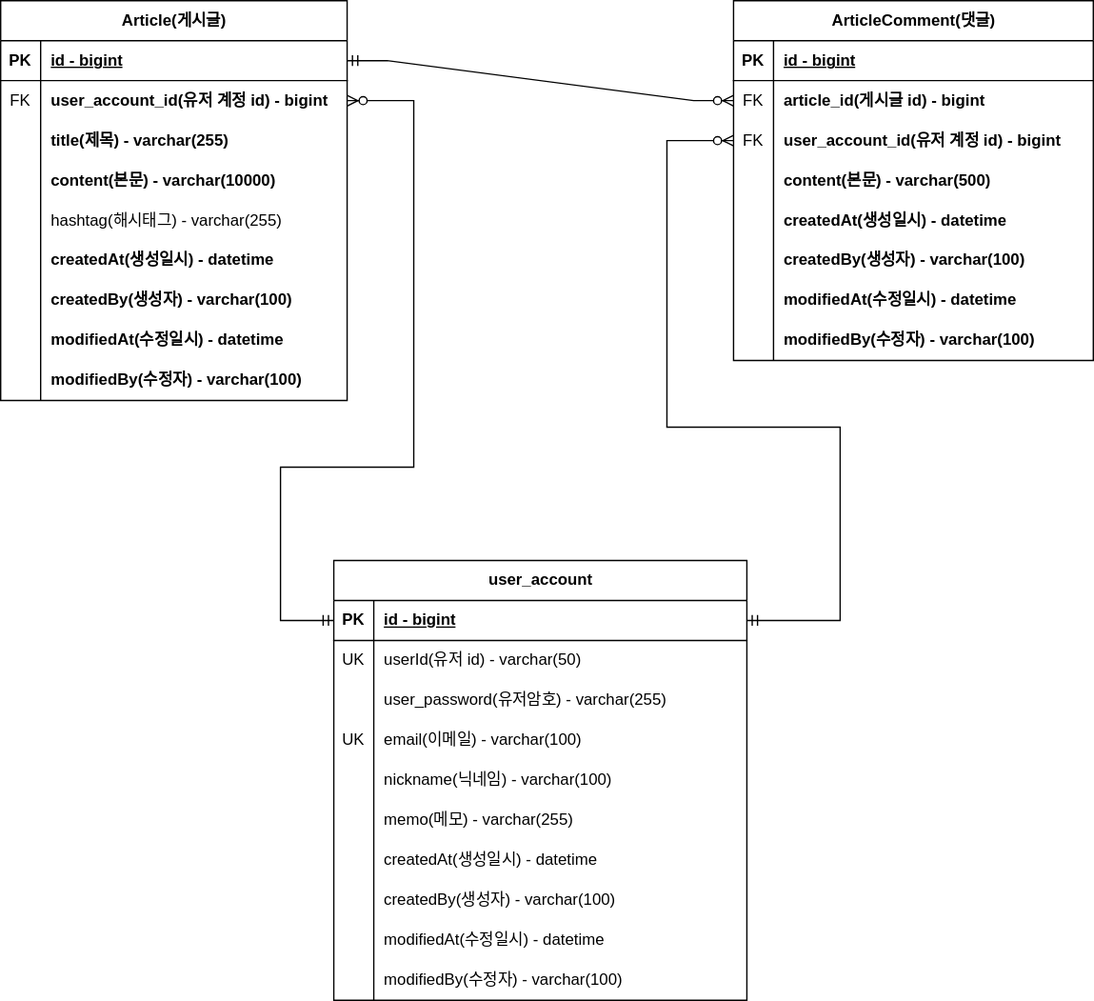
The draw.io diagram document/project-board-erd.svg in seongjin-an/project-board, before a commit. Source tidied: cells renumbered, new cells last; positions are measured from the earlier drawing's top-left corner, leaving out a move shared by most shapes.
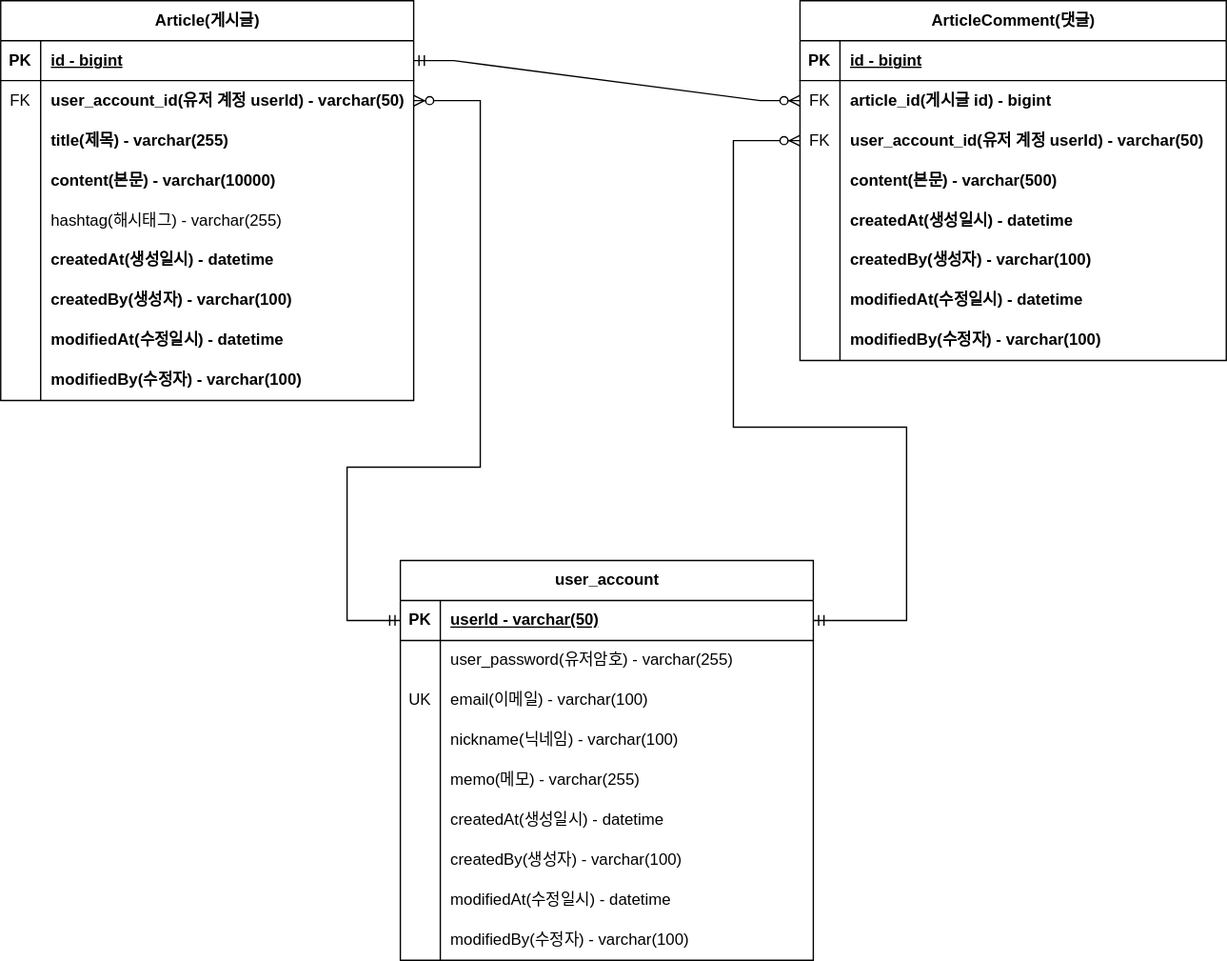
After the commit.

Change to the diagram source:
```diff
@@ -5,6 +5,6 @@
     <mxCell id="2" value="Article(게시글)" style="shape=table;startSize=30;rowLines=0;fontStyle=1;align=center;html=1;" parent="1" vertex="1">
-      <mxGeometry width="260" height="300" as="geometry" />
+      <mxGeometry x="-50" width="310" height="300" as="geometry" />
     </mxCell>
     <mxCell id="3" style="shape=tableRow;horizontal=0;startSize=0;swimlaneHead=0;swimlaneBody=0;fillColor=none;points=[[0,0.5],[1,0.5]];portConstraint=eastwest;top=0;left=0;right=0;bottom=1;" parent="2" vertex="1">
-      <mxGeometry y="30" width="260" height="30" as="geometry" />
+      <mxGeometry y="30" width="310" height="30" as="geometry" />
     </mxCell>
@@ -14,6 +14,6 @@
     <mxCell id="5" value="id - bigint" style="shape=partialRectangle;fillColor=none;top=0;left=0;bottom=0;right=0;align=left;spacingLeft=6;fontStyle=5;overflow=hidden;whiteSpace=wrap;html=1;" parent="3" vertex="1">
-      <mxGeometry x="30" width="230" height="30" as="geometry" />
+      <mxGeometry x="30" width="280" height="30" as="geometry" />
     </mxCell>
     <mxCell id="6" style="shape=tableRow;horizontal=0;startSize=0;swimlaneHead=0;swimlaneBody=0;fillColor=none;points=[[0,0.5],[1,0.5]];portConstraint=eastwest;top=0;left=0;right=0;bottom=0;" parent="2" vertex="1">
-      <mxGeometry y="60" width="260" height="30" as="geometry" />
+      <mxGeometry y="60" width="310" height="30" as="geometry" />
     </mxCell>
@@ -22,7 +22,7 @@
     </mxCell>
-    <mxCell id="8" value="user_account_id(유저 계정 id) - bigint" style="shape=partialRectangle;fillColor=none;top=0;left=0;bottom=0;right=0;align=left;spacingLeft=6;overflow=hidden;whiteSpace=wrap;html=1;fontStyle=1;" parent="6" vertex="1">
-      <mxGeometry x="30" width="230" height="30" as="geometry" />
+    <mxCell id="8" value="user_account_id(유저 계정 userId) - varchar(50)" style="shape=partialRectangle;fillColor=none;top=0;left=0;bottom=0;right=0;align=left;spacingLeft=6;overflow=hidden;whiteSpace=wrap;html=1;fontStyle=1;" parent="6" vertex="1">
+      <mxGeometry x="30" width="280" height="30" as="geometry" />
     </mxCell>
     <mxCell id="9" style="shape=tableRow;horizontal=0;startSize=0;swimlaneHead=0;swimlaneBody=0;fillColor=none;top=0;left=0;right=0;bottom=0;" parent="2" vertex="1">
-      <mxGeometry y="90" width="260" height="30" as="geometry" />
+      <mxGeometry y="90" width="310" height="30" as="geometry" />
     </mxCell>
@@ -32,6 +32,6 @@
     <mxCell id="11" value="title(제목) - varchar(255)" style="shape=partialRectangle;fillColor=none;top=0;left=0;bottom=0;right=0;align=left;spacingLeft=6;overflow=hidden;whiteSpace=wrap;html=1;fontStyle=1;" parent="9" vertex="1">
-      <mxGeometry x="30" width="230" height="30" as="geometry" />
+      <mxGeometry x="30" width="280" height="30" as="geometry" />
     </mxCell>
     <mxCell id="12" style="shape=tableRow;horizontal=0;startSize=0;swimlaneHead=0;swimlaneBody=0;fillColor=none;top=0;left=0;right=0;bottom=0;" parent="2" vertex="1">
-      <mxGeometry y="120" width="260" height="30" as="geometry" />
+      <mxGeometry y="120" width="310" height="30" as="geometry" />
     </mxCell>
@@ -41,6 +41,6 @@
     <mxCell id="14" value="content(본문) - varchar(10000)" style="shape=partialRectangle;fillColor=none;top=0;left=0;bottom=0;right=0;align=left;spacingLeft=6;overflow=hidden;whiteSpace=wrap;html=1;fontStyle=1;" parent="12" vertex="1">
-      <mxGeometry x="30" width="230" height="30" as="geometry" />
+      <mxGeometry x="30" width="280" height="30" as="geometry" />
     </mxCell>
     <mxCell id="15" style="shape=tableRow;horizontal=0;startSize=0;swimlaneHead=0;swimlaneBody=0;fillColor=none;top=0;left=0;right=0;bottom=0;" parent="2" vertex="1">
-      <mxGeometry y="150" width="260" height="30" as="geometry" />
+      <mxGeometry y="150" width="310" height="30" as="geometry" />
     </mxCell>
@@ -50,6 +50,6 @@
     <mxCell id="17" value="hashtag(해시태그) - varchar(255)" style="shape=partialRectangle;fillColor=none;top=0;left=0;bottom=0;right=0;align=left;spacingLeft=6;overflow=hidden;whiteSpace=wrap;html=1;" parent="15" vertex="1">
-      <mxGeometry x="30" width="230" height="30" as="geometry" />
+      <mxGeometry x="30" width="280" height="30" as="geometry" />
     </mxCell>
     <mxCell id="18" style="shape=tableRow;horizontal=0;startSize=0;swimlaneHead=0;swimlaneBody=0;fillColor=none;top=0;left=0;right=0;bottom=0;" parent="2" vertex="1">
-      <mxGeometry y="180" width="260" height="30" as="geometry" />
+      <mxGeometry y="180" width="310" height="30" as="geometry" />
     </mxCell>
@@ -59,6 +59,6 @@
     <mxCell id="20" value="createdAt(생성일시) - datetime" style="shape=partialRectangle;fillColor=none;top=0;left=0;bottom=0;right=0;align=left;spacingLeft=6;overflow=hidden;whiteSpace=wrap;html=1;fontStyle=1;" parent="18" vertex="1">
-      <mxGeometry x="30" width="230" height="30" as="geometry" />
+      <mxGeometry x="30" width="280" height="30" as="geometry" />
     </mxCell>
     <mxCell id="21" style="shape=tableRow;horizontal=0;startSize=0;swimlaneHead=0;swimlaneBody=0;fillColor=none;top=0;left=0;right=0;bottom=0;" parent="2" vertex="1">
-      <mxGeometry y="210" width="260" height="30" as="geometry" />
+      <mxGeometry y="210" width="310" height="30" as="geometry" />
     </mxCell>
@@ -68,6 +68,6 @@
     <mxCell id="23" value="createdBy(생성자) - varchar(100)" style="shape=partialRectangle;fillColor=none;top=0;left=0;bottom=0;right=0;align=left;spacingLeft=6;overflow=hidden;whiteSpace=wrap;html=1;fontStyle=1;" parent="21" vertex="1">
-      <mxGeometry x="30" width="230" height="30" as="geometry" />
+      <mxGeometry x="30" width="280" height="30" as="geometry" />
     </mxCell>
     <mxCell id="24" style="shape=tableRow;horizontal=0;startSize=0;swimlaneHead=0;swimlaneBody=0;fillColor=none;top=0;left=0;right=0;bottom=0;" parent="2" vertex="1">
-      <mxGeometry y="240" width="260" height="30" as="geometry" />
+      <mxGeometry y="240" width="310" height="30" as="geometry" />
     </mxCell>
@@ -77,6 +77,6 @@
     <mxCell id="26" value="modifiedAt(수정일시) - datetime" style="shape=partialRectangle;fillColor=none;top=0;left=0;bottom=0;right=0;align=left;spacingLeft=6;overflow=hidden;whiteSpace=wrap;html=1;fontStyle=1;" parent="24" vertex="1">
-      <mxGeometry x="30" width="230" height="30" as="geometry" />
+      <mxGeometry x="30" width="280" height="30" as="geometry" />
     </mxCell>
     <mxCell id="27" style="shape=tableRow;horizontal=0;startSize=0;swimlaneHead=0;swimlaneBody=0;fillColor=none;top=0;left=0;right=0;bottom=0;" parent="2" vertex="1">
-      <mxGeometry y="270" width="260" height="30" as="geometry" />
+      <mxGeometry y="270" width="310" height="30" as="geometry" />
     </mxCell>
@@ -86,9 +86,9 @@
     <mxCell id="29" value="modifiedBy(수정자) - varchar(100)" style="shape=partialRectangle;fillColor=none;top=0;left=0;bottom=0;right=0;align=left;spacingLeft=6;overflow=hidden;whiteSpace=wrap;html=1;fontStyle=1;" parent="27" vertex="1">
-      <mxGeometry x="30" width="230" height="30" as="geometry" />
+      <mxGeometry x="30" width="280" height="30" as="geometry" />
     </mxCell>
     <mxCell id="30" value="ArticleComment(댓글)" style="shape=table;startSize=30;rowLines=0;fontStyle=1;align=center;html=1;" parent="1" vertex="1">
-      <mxGeometry x="550" width="270" height="270" as="geometry" />
+      <mxGeometry x="550" width="320" height="270" as="geometry" />
     </mxCell>
     <mxCell id="31" style="shape=tableRow;horizontal=0;startSize=0;swimlaneHead=0;swimlaneBody=0;fillColor=none;top=0;left=0;right=0;bottom=1;" parent="30" vertex="1">
-      <mxGeometry y="30" width="270" height="30" as="geometry" />
+      <mxGeometry y="30" width="320" height="30" as="geometry" />
     </mxCell>
@@ -98,6 +98,6 @@
     <mxCell id="33" value="id - bigint" style="shape=partialRectangle;fillColor=none;top=0;left=0;bottom=0;right=0;align=left;spacingLeft=6;fontStyle=5;overflow=hidden;whiteSpace=wrap;html=1;" parent="31" vertex="1">
-      <mxGeometry x="30" width="240" height="30" as="geometry" />
+      <mxGeometry x="30" width="290" height="30" as="geometry" />
     </mxCell>
     <mxCell id="34" style="shape=tableRow;horizontal=0;startSize=0;swimlaneHead=0;swimlaneBody=0;fillColor=none;points=[[0,0.5],[1,0.5]];portConstraint=eastwest;top=0;left=0;right=0;bottom=0;" parent="30" vertex="1">
-      <mxGeometry y="60" width="270" height="30" as="geometry" />
+      <mxGeometry y="60" width="320" height="30" as="geometry" />
     </mxCell>
@@ -107,6 +107,6 @@
     <mxCell id="36" value="article_id(게시글 id) - bigint" style="shape=partialRectangle;fillColor=none;top=0;left=0;bottom=0;right=0;align=left;spacingLeft=6;overflow=hidden;whiteSpace=wrap;html=1;fontStyle=1;" parent="34" vertex="1">
-      <mxGeometry x="30" width="240" height="30" as="geometry" />
+      <mxGeometry x="30" width="290" height="30" as="geometry" />
     </mxCell>
     <mxCell id="37" style="shape=tableRow;horizontal=0;startSize=0;swimlaneHead=0;swimlaneBody=0;fillColor=none;points=[[0,0.5],[1,0.5]];portConstraint=eastwest;top=0;left=0;right=0;bottom=0;" parent="30" vertex="1">
-      <mxGeometry y="90" width="270" height="30" as="geometry" />
+      <mxGeometry y="90" width="320" height="30" as="geometry" />
     </mxCell>
@@ -115,7 +115,7 @@
     </mxCell>
-    <mxCell id="39" value="user_account_id(유저 계정 id) - bigint" style="shape=partialRectangle;fillColor=none;top=0;left=0;bottom=0;right=0;align=left;spacingLeft=6;overflow=hidden;whiteSpace=wrap;html=1;fontStyle=1;" parent="37" vertex="1">
-      <mxGeometry x="30" width="240" height="30" as="geometry" />
+    <mxCell id="39" value="user_account_id(유저 계정 userId) - varchar(50)" style="shape=partialRectangle;fillColor=none;top=0;left=0;bottom=0;right=0;align=left;spacingLeft=6;overflow=hidden;whiteSpace=wrap;html=1;fontStyle=1;" parent="37" vertex="1">
+      <mxGeometry x="30" width="290" height="30" as="geometry" />
     </mxCell>
     <mxCell id="40" style="shape=tableRow;horizontal=0;startSize=0;swimlaneHead=0;swimlaneBody=0;fillColor=none;top=0;left=0;right=0;bottom=0;" parent="30" vertex="1">
-      <mxGeometry y="120" width="270" height="30" as="geometry" />
+      <mxGeometry y="120" width="320" height="30" as="geometry" />
     </mxCell>
@@ -125,6 +125,6 @@
     <mxCell id="42" value="content(본문) - varchar(500)" style="shape=partialRectangle;fillColor=none;top=0;left=0;bottom=0;right=0;align=left;spacingLeft=6;overflow=hidden;whiteSpace=wrap;html=1;fontStyle=1;" parent="40" vertex="1">
-      <mxGeometry x="30" width="240" height="30" as="geometry" />
+      <mxGeometry x="30" width="290" height="30" as="geometry" />
     </mxCell>
     <mxCell id="43" style="shape=tableRow;horizontal=0;startSize=0;swimlaneHead=0;swimlaneBody=0;fillColor=none;top=0;left=0;right=0;bottom=0;" parent="30" vertex="1">
-      <mxGeometry y="150" width="270" height="30" as="geometry" />
+      <mxGeometry y="150" width="320" height="30" as="geometry" />
     </mxCell>
@@ -134,6 +134,6 @@
     <mxCell id="45" value="createdAt(생성일시) - datetime" style="shape=partialRectangle;fillColor=none;top=0;left=0;bottom=0;right=0;align=left;spacingLeft=6;overflow=hidden;whiteSpace=wrap;html=1;fontStyle=1;" parent="43" vertex="1">
-      <mxGeometry x="30" width="240" height="30" as="geometry" />
+      <mxGeometry x="30" width="290" height="30" as="geometry" />
     </mxCell>
     <mxCell id="46" style="shape=tableRow;horizontal=0;startSize=0;swimlaneHead=0;swimlaneBody=0;fillColor=none;top=0;left=0;right=0;bottom=0;" parent="30" vertex="1">
-      <mxGeometry y="180" width="270" height="30" as="geometry" />
+      <mxGeometry y="180" width="320" height="30" as="geometry" />
     </mxCell>
@@ -143,6 +143,6 @@
     <mxCell id="48" value="createdBy(생성자) - varchar(100)" style="shape=partialRectangle;fillColor=none;top=0;left=0;bottom=0;right=0;align=left;spacingLeft=6;overflow=hidden;whiteSpace=wrap;html=1;fontStyle=1;" parent="46" vertex="1">
-      <mxGeometry x="30" width="240" height="30" as="geometry" />
+      <mxGeometry x="30" width="290" height="30" as="geometry" />
     </mxCell>
     <mxCell id="49" style="shape=tableRow;horizontal=0;startSize=0;swimlaneHead=0;swimlaneBody=0;fillColor=none;top=0;left=0;right=0;bottom=0;" parent="30" vertex="1">
-      <mxGeometry y="210" width="270" height="30" as="geometry" />
+      <mxGeometry y="210" width="320" height="30" as="geometry" />
     </mxCell>
@@ -152,6 +152,6 @@
     <mxCell id="51" value="modifiedAt(수정일시) - datetime" style="shape=partialRectangle;fillColor=none;top=0;left=0;bottom=0;right=0;align=left;spacingLeft=6;overflow=hidden;whiteSpace=wrap;html=1;fontStyle=1;" parent="49" vertex="1">
-      <mxGeometry x="30" width="240" height="30" as="geometry" />
+      <mxGeometry x="30" width="290" height="30" as="geometry" />
     </mxCell>
     <mxCell id="52" style="shape=tableRow;horizontal=0;startSize=0;swimlaneHead=0;swimlaneBody=0;fillColor=none;top=0;left=0;right=0;bottom=0;" parent="30" vertex="1">
-      <mxGeometry y="240" width="270" height="30" as="geometry" />
+      <mxGeometry y="240" width="320" height="30" as="geometry" />
     </mxCell>
@@ -161,3 +161,3 @@
     <mxCell id="54" value="modifiedBy(수정자) - varchar(100)" style="shape=partialRectangle;fillColor=none;top=0;left=0;bottom=0;right=0;align=left;spacingLeft=6;overflow=hidden;whiteSpace=wrap;html=1;fontStyle=1;" parent="52" vertex="1">
-      <mxGeometry x="30" width="240" height="30" as="geometry" />
+      <mxGeometry x="30" width="290" height="30" as="geometry" />
     </mxCell>
@@ -171,3 +171,3 @@
     <mxCell id="56" value="user_account" style="shape=table;startSize=30;rowLines=0;fontStyle=1;align=center;html=1;" parent="1" vertex="1">
-      <mxGeometry x="250" y="420" width="310" height="330" as="geometry" />
+      <mxGeometry x="250" y="420" width="310" height="300" as="geometry" />
     </mxCell>
@@ -179,16 +179,7 @@
     </mxCell>
-    <mxCell id="59" value="id - bigint" style="shape=partialRectangle;fillColor=none;top=0;left=0;bottom=0;right=0;align=left;spacingLeft=6;fontStyle=5;overflow=hidden;whiteSpace=wrap;html=1;" parent="57" vertex="1">
+    <mxCell id="59" value="userId - varchar(50)" style="shape=partialRectangle;fillColor=none;top=0;left=0;bottom=0;right=0;align=left;spacingLeft=6;fontStyle=5;overflow=hidden;whiteSpace=wrap;html=1;" parent="57" vertex="1">
       <mxGeometry x="30" width="280" height="30" as="geometry" />
     </mxCell>
-    <mxCell id="60" style="shape=tableRow;horizontal=0;startSize=0;swimlaneHead=0;swimlaneBody=0;fillColor=none;top=0;left=0;right=0;bottom=0;" parent="56" vertex="1">
-      <mxGeometry y="60" width="310" height="30" as="geometry" />
-    </mxCell>
-    <mxCell id="61" value="UK" style="shape=partialRectangle;fillColor=none;top=0;left=0;bottom=0;right=0;overflow=hidden;whiteSpace=wrap;html=1;" parent="60" vertex="1">
-      <mxGeometry width="30" height="30" as="geometry" />
-    </mxCell>
-    <mxCell id="62" value="userId(유저 id) - varchar(50)" style="shape=partialRectangle;fillColor=none;top=0;left=0;bottom=0;right=0;align=left;spacingLeft=6;overflow=hidden;whiteSpace=wrap;html=1;" parent="60" vertex="1">
-      <mxGeometry x="30" width="280" height="30" as="geometry" />
-    </mxCell>
     <mxCell id="63" style="shape=tableRow;horizontal=0;startSize=0;swimlaneHead=0;swimlaneBody=0;fillColor=none;top=0;left=0;right=0;bottom=0;" parent="56" vertex="1">
-      <mxGeometry y="90" width="310" height="30" as="geometry" />
+      <mxGeometry y="60" width="310" height="30" as="geometry" />
     </mxCell>
@@ -201,3 +192,3 @@
     <mxCell id="66" style="shape=tableRow;horizontal=0;startSize=0;swimlaneHead=0;swimlaneBody=0;fillColor=none;top=0;left=0;right=0;bottom=0;" parent="56" vertex="1">
-      <mxGeometry y="120" width="310" height="30" as="geometry" />
+      <mxGeometry y="90" width="310" height="30" as="geometry" />
     </mxCell>
@@ -210,3 +201,3 @@
     <mxCell id="69" style="shape=tableRow;horizontal=0;startSize=0;swimlaneHead=0;swimlaneBody=0;fillColor=none;top=0;left=0;right=0;bottom=0;" parent="56" vertex="1">
-      <mxGeometry y="150" width="310" height="30" as="geometry" />
+      <mxGeometry y="120" width="310" height="30" as="geometry" />
     </mxCell>
@@ -219,3 +210,3 @@
     <mxCell id="72" style="shape=tableRow;horizontal=0;startSize=0;swimlaneHead=0;swimlaneBody=0;fillColor=none;top=0;left=0;right=0;bottom=0;" parent="56" vertex="1">
-      <mxGeometry y="180" width="310" height="30" as="geometry" />
+      <mxGeometry y="150" width="310" height="30" as="geometry" />
     </mxCell>
@@ -228,3 +219,3 @@
     <mxCell id="75" style="shape=tableRow;horizontal=0;startSize=0;swimlaneHead=0;swimlaneBody=0;fillColor=none;top=0;left=0;right=0;bottom=0;" parent="56" vertex="1">
-      <mxGeometry y="210" width="310" height="30" as="geometry" />
+      <mxGeometry y="180" width="310" height="30" as="geometry" />
     </mxCell>
@@ -237,3 +228,3 @@
     <mxCell id="78" style="shape=tableRow;horizontal=0;startSize=0;swimlaneHead=0;swimlaneBody=0;fillColor=none;top=0;left=0;right=0;bottom=0;" parent="56" vertex="1">
-      <mxGeometry y="240" width="310" height="30" as="geometry" />
+      <mxGeometry y="210" width="310" height="30" as="geometry" />
     </mxCell>
@@ -246,3 +237,3 @@
     <mxCell id="81" style="shape=tableRow;horizontal=0;startSize=0;swimlaneHead=0;swimlaneBody=0;fillColor=none;top=0;left=0;right=0;bottom=0;" parent="56" vertex="1">
-      <mxGeometry y="270" width="310" height="30" as="geometry" />
+      <mxGeometry y="240" width="310" height="30" as="geometry" />
     </mxCell>
@@ -255,3 +246,3 @@
     <mxCell id="84" style="shape=tableRow;horizontal=0;startSize=0;swimlaneHead=0;swimlaneBody=0;fillColor=none;top=0;left=0;right=0;bottom=0;" parent="56" vertex="1">
-      <mxGeometry y="300" width="310" height="30" as="geometry" />
+      <mxGeometry y="270" width="310" height="30" as="geometry" />
     </mxCell>
```
